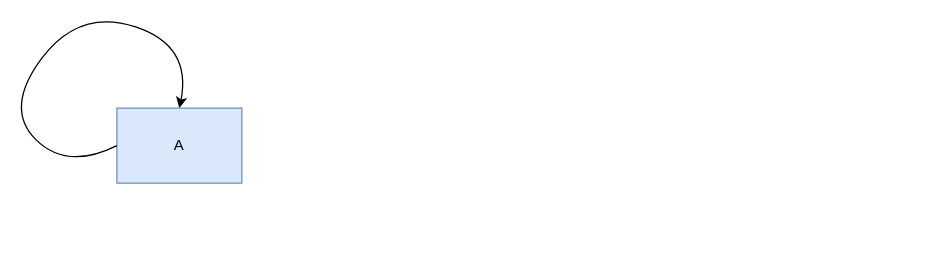
This is vue/未命名绘图.drawio from itbool/WebUtilCode, a draw.io file, before an edit. Source tidied: cells renumbered, new cells numbered last; positions are measured from the earlier drawing's top-left corner, leaving out a move shared by most shapes. Both pictures are drawn from the tidied source at 125%, with x=0, y=0 at pixel (4, 8).
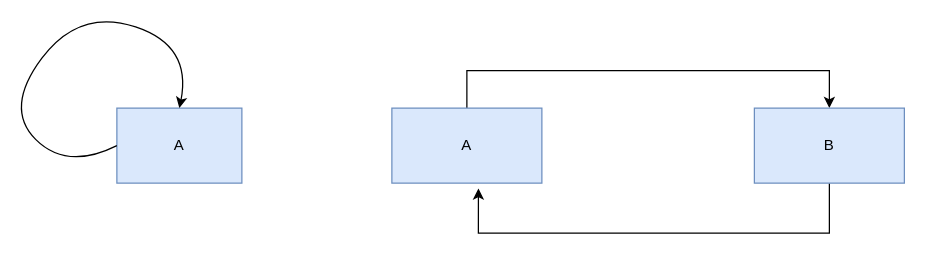
After the change.

Commit message (it also covers changes not shown here):
更新未命名绘图.drawio

Diff of the diagram source:
```diff
@@
 <mxGraphModel>
   <root>
     <mxCell id="0" />
     <mxCell id="1" parent="0" />
     <mxCell id="2" value="A" style="rounded=0;whiteSpace=wrap;html=1;fillColor=#dae8fc;strokeColor=#6c8ebf;" parent="1" vertex="1">
       <mxGeometry x="90" y="80" width="100" height="60" as="geometry" />
     </mxCell>
     <mxCell id="3" style="curved=1;endArrow=classic;html=1;rounded=0;exitX=0;exitY=0.5;exitDx=0;exitDy=0;entryX=0.5;entryY=0;entryDx=0;entryDy=0;" parent="1" edge="1" source="2" target="2">
       <mxGeometry relative="1" as="geometry">
         <Array as="points">
           <mxPoint x="50" y="130" />
           <mxPoint y="80" />
           <mxPoint x="60" />
           <mxPoint x="150" y="30" />
         </Array>
       </mxGeometry>
     </mxCell>
+    <mxCell id="4" style="edgeStyle=orthogonalEdgeStyle;rounded=0;jettySize=auto;html=1;exitX=0.5;exitY=0;exitDx=0;exitDy=0;entryX=0.5;entryY=0;entryDx=0;entryDy=0;" parent="1" edge="1" source="5" target="7">
+      <mxGeometry relative="1" as="geometry">
+        <Array as="points">
+          <mxPoint x="370" y="50" />
+          <mxPoint x="660" y="50" />
+        </Array>
+      </mxGeometry>
+    </mxCell>
+    <mxCell id="5" value="A" style="rounded=0;whiteSpace=wrap;html=1;fillColor=#dae8fc;strokeColor=#6c8ebf;" parent="1" vertex="1">
+      <mxGeometry x="310" y="80" width="120" height="60" as="geometry" />
+    </mxCell>
+    <mxCell id="6" style="edgeStyle=orthogonalEdgeStyle;rounded=0;jettySize=auto;html=1;entryX=0.577;entryY=1.07;entryDx=0;entryDy=0;entryPerimeter=0;" parent="1" edge="1" source="7" target="5">
+      <mxGeometry relative="1" as="geometry">
+        <Array as="points">
+          <mxPoint x="660" y="180" />
+          <mxPoint x="379" y="180" />
+        </Array>
+      </mxGeometry>
+    </mxCell>
+    <mxCell id="7" value="B" style="rounded=0;whiteSpace=wrap;html=1;fillColor=#dae8fc;strokeColor=#6c8ebf;" parent="1" vertex="1">
+      <mxGeometry x="600" y="80" width="120" height="60" as="geometry" />
+    </mxCell>
   </root>
 </mxGraphModel>
```
